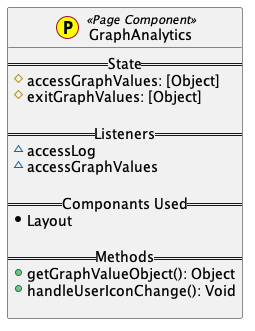
grid-rider/Computer_Science_IA_EntrySystem_Website keeps this PlantUML diagram as entry_system_website/UML_Diagrams/Pages/GraphAnalytics.png. Above is the earlier version.
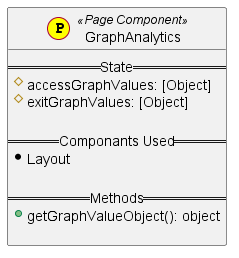
Later version of the same file.

Diff of the diagram source:
```diff
@@ -5,16 +5,11 @@
      #accessGraphValues: [Object]
      #exitGraphValues: [Object]
 
-    == Listeners ==
-     ~accessLog
-     ~accessGraphValues
-
     == Componants Used ==
      *Layout
 
     == Methods ==
-    +getGraphValueObject(): Object
-    +handleUserIconChange(): Void
+    +getGraphValueObject(): object
 
 }
 
```
